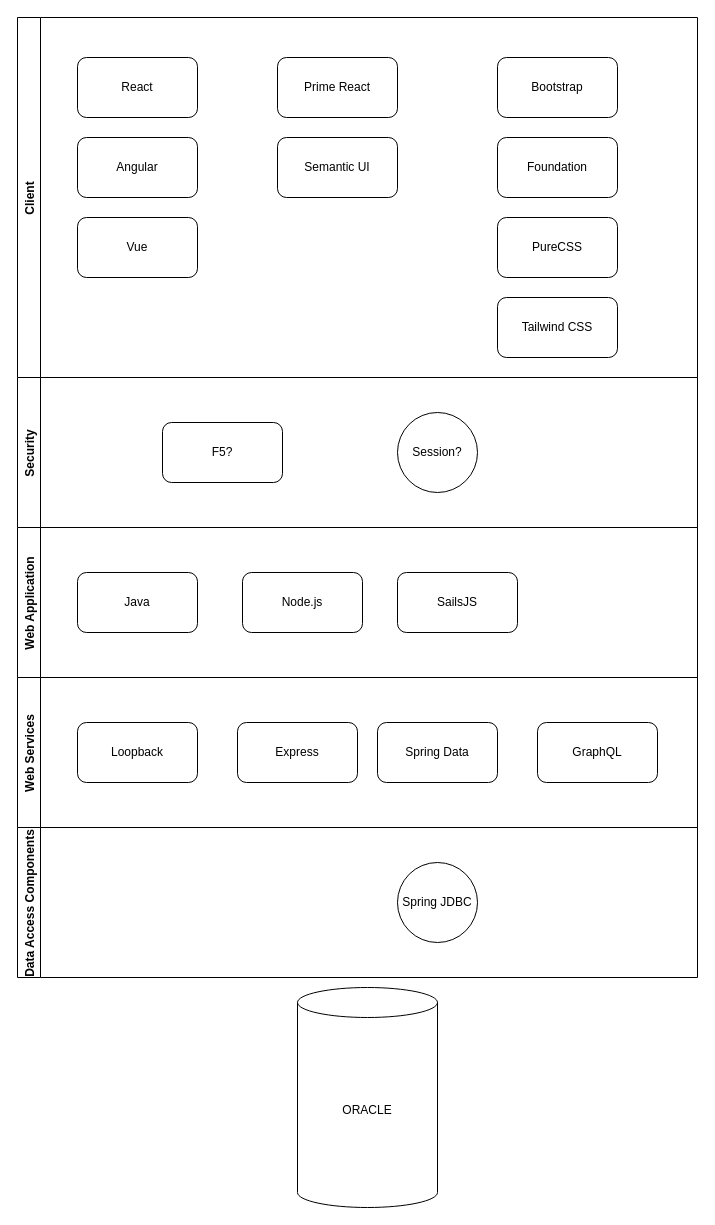
This is page "Options" (2 of 4) of Tech Stack Options.drawio from ntimkovich/UAB-II-Diagrams, a draw.io file, before an edit. Source tidied: cells renumbered, new cells numbered last; positions are measured from the earlier drawing's top-left corner, leaving out a move shared by most shapes. Both pictures are drawn from the tidied source at 100%, with x=0, y=0 at pixel (17, 17).
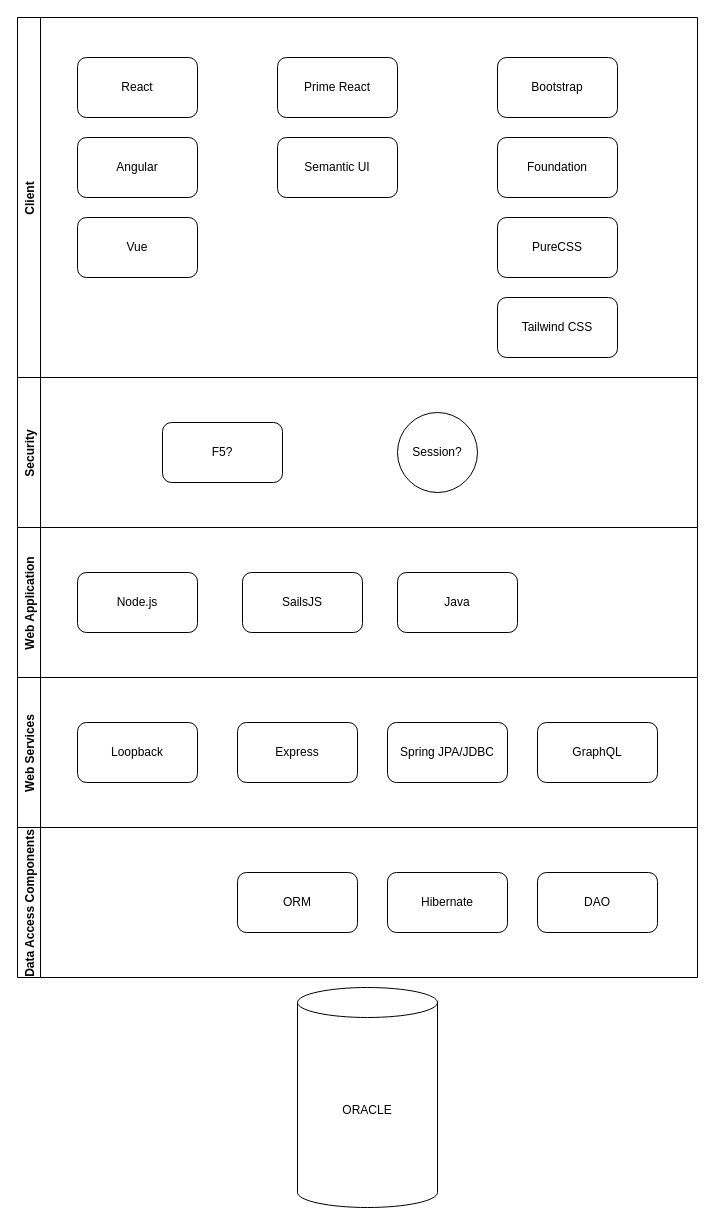
The same diagram, later.

The change refers to these unchanged cells:
```xml
<mxCell id="3" value="Data Access Components" style="swimlane;horizontal=0;" parent="1" vertex="1">
  <mxGeometry y="810" width="680" height="150" as="geometry" />
</mxCell>
<mxCell id="5" value="Web Application" style="swimlane;horizontal=0;" parent="1" vertex="1">
  <mxGeometry y="510" width="680" height="150" as="geometry" />
</mxCell>
<mxCell id="22" value="Web Services" style="swimlane;horizontal=0;" parent="1" vertex="1">
  <mxGeometry y="660" width="680" height="150" as="geometry" />
</mxCell>
```

Diff of the diagram source:
```diff
@@
-    <mxCell id="4" value="Spring JDBC" style="ellipse;whiteSpace=wrap;html=1;" parent="3" vertex="1">
-      <mxGeometry x="380" y="35" width="80" height="80" as="geometry" />
-    </mxCell>
+    <mxCell id="27" value="Hibernate" style="rounded=1;whiteSpace=wrap;html=1;" parent="3" vertex="1">
+      <mxGeometry x="370" y="45" width="120" height="60" as="geometry" />
+    </mxCell>
+    <mxCell id="28" value="ORM" style="rounded=1;whiteSpace=wrap;html=1;" parent="3" vertex="1">
+      <mxGeometry x="220" y="45" width="120" height="60" as="geometry" />
+    </mxCell>
+    <mxCell id="29" value="DAO" style="rounded=1;whiteSpace=wrap;html=1;" parent="3" vertex="1">
+      <mxGeometry x="520" y="45" width="120" height="60" as="geometry" />
+    </mxCell>
@@
     <mxCell id="6" value="Java" style="rounded=1;whiteSpace=wrap;html=1;" parent="5" vertex="1">
-      <mxGeometry x="60" y="45" width="120" height="60" as="geometry" />
+      <mxGeometry x="380" y="45" width="120" height="60" as="geometry" />
     </mxCell>
     <mxCell id="7" value="Node.js" style="rounded=1;whiteSpace=wrap;html=1;" parent="5" vertex="1">
-      <mxGeometry x="225" y="45" width="120" height="60" as="geometry" />
+      <mxGeometry x="60" y="45" width="120" height="60" as="geometry" />
     </mxCell>
     <mxCell id="8" value="SailsJS" style="rounded=1;whiteSpace=wrap;html=1;" parent="5" vertex="1">
-      <mxGeometry x="380" y="45" width="120" height="60" as="geometry" />
+      <mxGeometry x="225" y="45" width="120" height="60" as="geometry" />
     </mxCell>
@@
-    <mxCell id="24" value="Spring Data" style="rounded=1;whiteSpace=wrap;html=1;" parent="22" vertex="1">
-      <mxGeometry x="360" y="45" width="120" height="60" as="geometry" />
+    <mxCell id="24" value="Spring JPA/JDBC" style="rounded=1;whiteSpace=wrap;html=1;" parent="22" vertex="1">
+      <mxGeometry x="370" y="45" width="120" height="60" as="geometry" />
     </mxCell>
```
